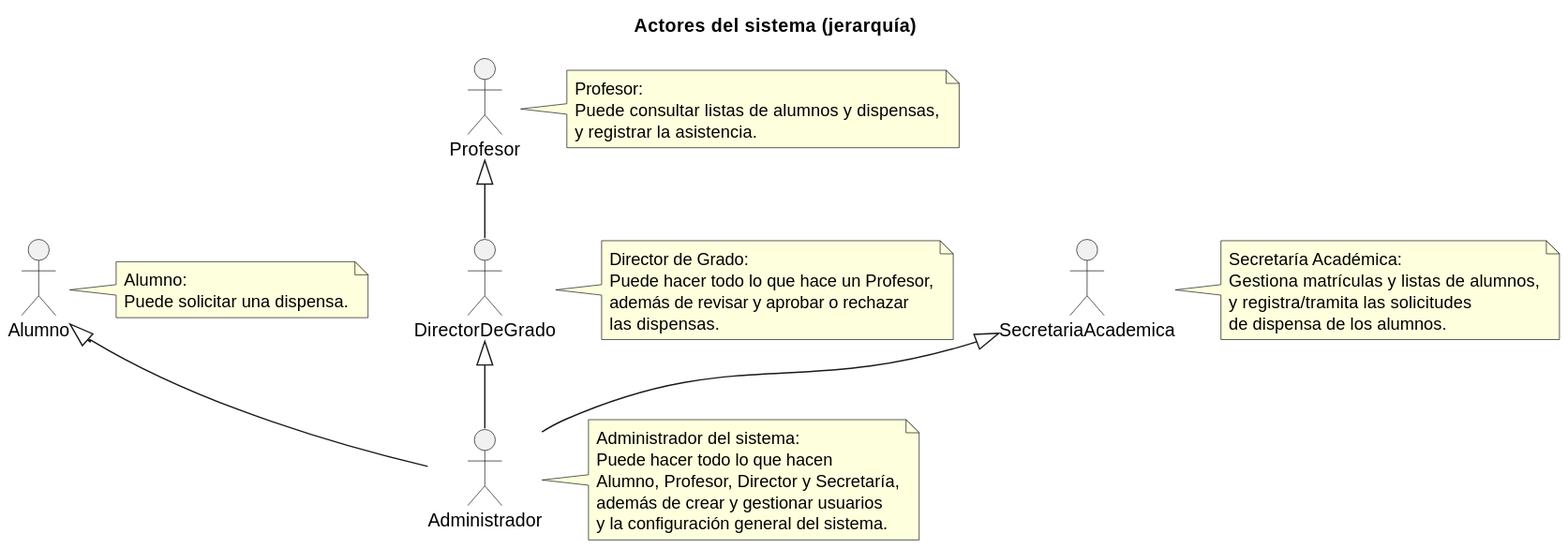
This is documents/requisitado/01-actores-casos-uso/Actores.svg from jerdier/25-26-idsw2-sdVC, a PlantUML export, as it was before one commit. Its diagram source:
```plantuml
@startuml
title Actores del sistema (jerarquía)

top to bottom direction

actor Alumno
actor Profesor
actor DirectorDeGrado as Director
actor SecretariaAcademica as Secretaria
actor Administrador as Admin

Profesor  <|-- Director
Director  <|-- Admin
Secretaria <|-- Admin
Alumno    <|-- Admin

note right of Alumno
  Alumno:
  Puede solicitar una dispensa.
end note

note right of Profesor
  Profesor:
  Puede consultar listas de alumnos y dispensas,
  y registrar la asistencia.
end note

note right of Director
  Director de Grado:
  Puede hacer todo lo que hace un Profesor,
  además de revisar y aprobar o rechazar
  las dispensas.
end note

note right of Secretaria
  Secretaría Académica:
  Gestiona matrículas y listas de alumnos,
  y registra/tramita las solicitudes
  de dispensa de los alumnos.
end note

note right of Admin
  Administrador del sistema:
  Puede hacer todo lo que hacen
  Alumno, Profesor, Director y Secretaría,
  además de crear y gestionar usuarios
  y la configuración general del sistema.
end note
@enduml
```
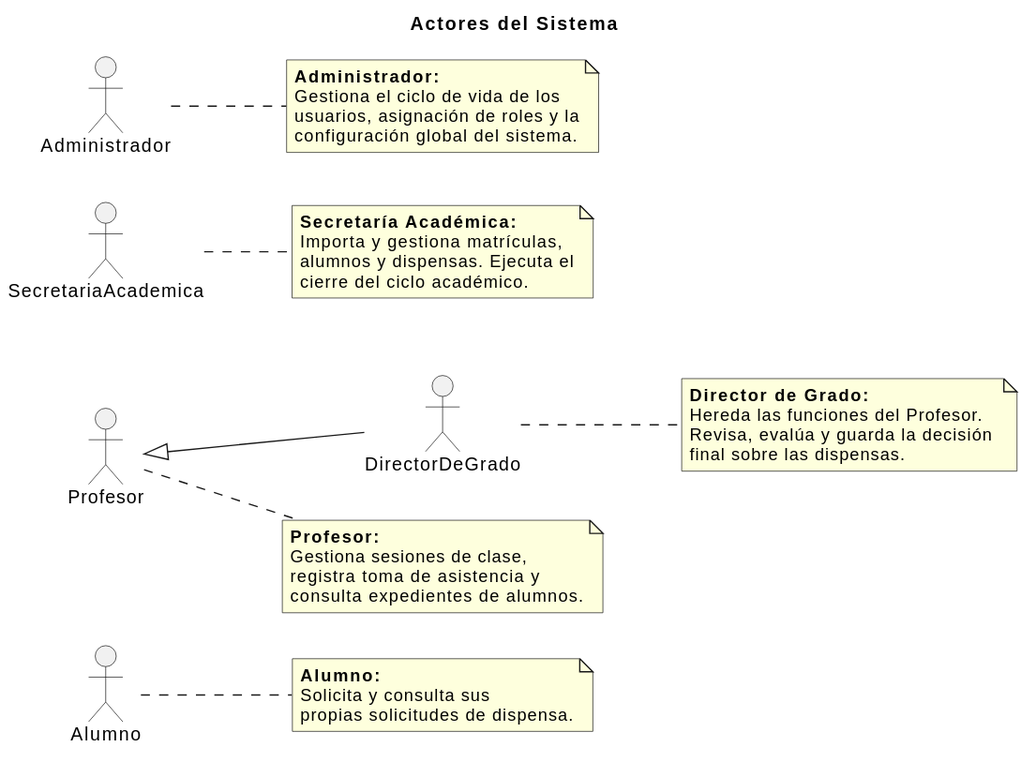
The same file after the commit.

Change to the diagram source:
```diff
@@ -1,7 +1,8 @@
 @startuml
-title Actores del sistema (jerarquía)
+title Actores del Sistema
+skinparam style strictuml
 
-top to bottom direction
+left to right direction
 
 actor Alumno
 actor Profesor
@@ -9,41 +10,39 @@
 actor SecretariaAcademica as Secretaria
 actor Administrador as Admin
 
-Profesor  <|-- Director
-Director  <|-- Admin
-Secretaria <|-- Admin
-Alumno    <|-- Admin
+Profesor <|-- Director
 
 note right of Alumno
-  Alumno:
-  Puede solicitar una dispensa.
+  **Alumno:**
+  Solicita y consulta sus
+  propias solicitudes de dispensa.
 end note
 
 note right of Profesor
-  Profesor:
-  Puede consultar listas de alumnos y dispensas,
-  y registrar la asistencia.
+  **Profesor:**
+  Gestiona sesiones de clase,
+  registra toma de asistencia y
+  consulta expedientes de alumnos.
 end note
 
 note right of Director
-  Director de Grado:
-  Puede hacer todo lo que hace un Profesor,
-  además de revisar y aprobar o rechazar
-  las dispensas.
+  **Director de Grado:**
+  Hereda las funciones del Profesor.
+  Revisa, evalúa y guarda la decisión
+  final sobre las dispensas.
 end note
 
 note right of Secretaria
-  Secretaría Académica:
-  Gestiona matrículas y listas de alumnos,
-  y registra/tramita las solicitudes
-  de dispensa de los alumnos.
+  **Secretaría Académica:**
+  Importa y gestiona matrículas,
+  alumnos y dispensas. Ejecuta el
+  cierre del ciclo académico.
 end note
 
 note right of Admin
-  Administrador del sistema:
-  Puede hacer todo lo que hacen
-  Alumno, Profesor, Director y Secretaría,
-  además de crear y gestionar usuarios
-  y la configuración general del sistema.
+  **Administrador:**
+  Gestiona el ciclo de vida de los
+  usuarios, asignación de roles y la
+  configuración global del sistema.
 end note
 @enduml
```
